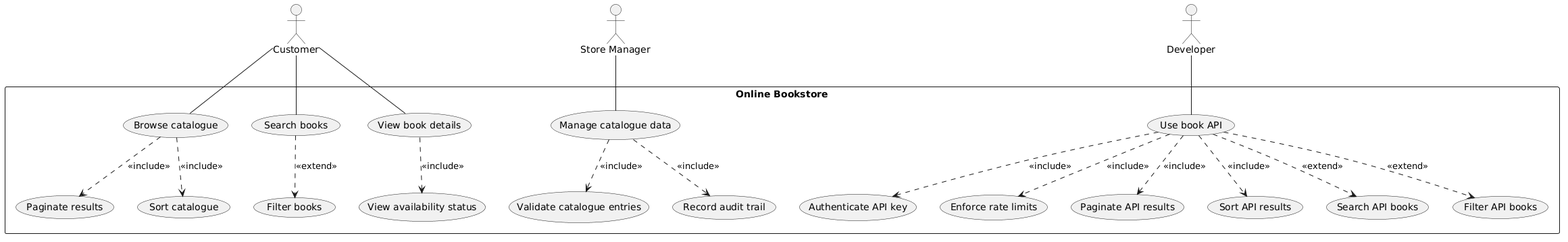
Ningxu24/dts114-software-component keeps this PlantUML diagram as Task1/docs/uml/use_case_diagram.png. Above is the earlier version.
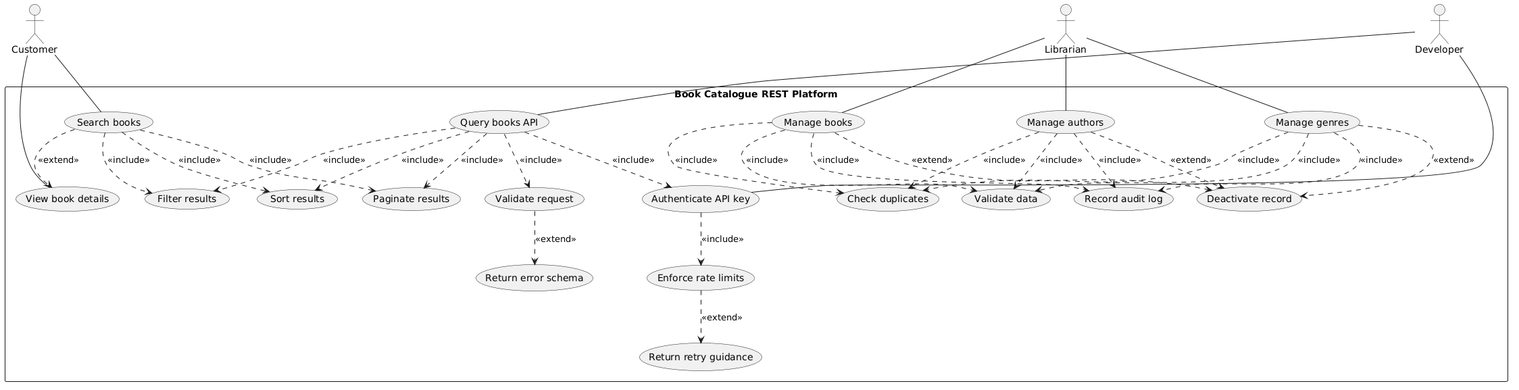
Above is the later version.

The edit, as a diff of the source:
```diff
@@ -1,52 +1,70 @@
 @startuml
 actor Customer
-actor "Store Manager" as StoreManager
 actor Developer
+actor Librarian
 
-rectangle "Online Bookstore" {
-  usecase "Browse catalogue" as BrowseCatalogue
+rectangle "Book Catalogue REST Platform" {
+  usecase "Search books" as SearchBooks
+  usecase "Filter results" as FilterResults
+  usecase "Sort results" as SortResults
   usecase "Paginate results" as PaginateResults
-  usecase "Sort catalogue" as SortCatalogue
+  usecase "View book details" as ViewBookDetails
 
-  usecase "Search books" as SearchBooks
-  usecase "Filter books" as FilterBooks
+  usecase "Query books API" as QueryBooksApi
+  usecase "Validate request" as ValidateRequest
+  usecase "Return error schema" as ReturnErrorSchema
 
-  usecase "View book details" as ViewBookDetails
-  usecase "View availability status" as ViewAvailabilityStatus
-
-  usecase "Manage catalogue data" as ManageCatalogueData
-  usecase "Validate catalogue entries" as ValidateCatalogueEntries
-  usecase "Record audit trail" as RecordAuditTrail
-
-  usecase "Use book API" as UseBookApi
   usecase "Authenticate API key" as AuthenticateApiKey
   usecase "Enforce rate limits" as EnforceRateLimits
-  usecase "Paginate API results" as PaginateApiResults
-  usecase "Sort API results" as SortApiResults
-  usecase "Search API books" as SearchApiBooks
-  usecase "Filter API books" as FilterApiBooks
+  usecase "Return retry guidance" as ReturnRetryGuidance
+
+  usecase "Manage books" as ManageBooks
+  usecase "Manage authors" as ManageAuthors
+  usecase "Manage genres" as ManageGenres
+  usecase "Check duplicates" as CheckDuplicates
+  usecase "Validate data" as ValidateData
+  usecase "Record audit log" as RecordAuditLog
+  usecase "Deactivate record" as DeactivateRecord
 }
 
-Customer -- BrowseCatalogue
 Customer -- SearchBooks
 Customer -- ViewBookDetails
 
-BrowseCatalogue ..> PaginateResults : <<include>>
-BrowseCatalogue ..> SortCatalogue : <<include>>
+Developer -- QueryBooksApi
+Developer -- AuthenticateApiKey
 
-SearchBooks ..> FilterBooks : <<extend>>
+Librarian -- ManageBooks
+Librarian -- ManageAuthors
+Librarian -- ManageGenres
 
-ViewBookDetails ..> ViewAvailabilityStatus : <<include>>
+SearchBooks ..> FilterResults : <<include>>
+SearchBooks ..> SortResults : <<include>>
+SearchBooks ..> PaginateResults : <<include>>
+SearchBooks ..> ViewBookDetails : <<extend>>
 
-StoreManager -- ManageCatalogueData
-ManageCatalogueData ..> ValidateCatalogueEntries : <<include>>
-ManageCatalogueData ..> RecordAuditTrail : <<include>>
+QueryBooksApi ..> FilterResults : <<include>>
+QueryBooksApi ..> SortResults : <<include>>
+QueryBooksApi ..> PaginateResults : <<include>>
+QueryBooksApi ..> ValidateRequest : <<include>>
+ValidateRequest ..> ReturnErrorSchema : <<extend>>
 
-Developer -- UseBookApi
-UseBookApi ..> AuthenticateApiKey : <<include>>
-UseBookApi ..> EnforceRateLimits : <<include>>
-UseBookApi ..> PaginateApiResults : <<include>>
-UseBookApi ..> SortApiResults : <<include>>
-UseBookApi ..> SearchApiBooks : <<extend>>
-UseBookApi ..> FilterApiBooks : <<extend>>
+QueryBooksApi ..> AuthenticateApiKey : <<include>>
+AuthenticateApiKey ..> EnforceRateLimits : <<include>>
+EnforceRateLimits ..> ReturnRetryGuidance : <<extend>>
+
+ManageBooks ..> ValidateData : <<include>>
+ManageAuthors ..> ValidateData : <<include>>
+ManageGenres ..> ValidateData : <<include>>
+
+ManageBooks ..> CheckDuplicates : <<include>>
+ManageAuthors ..> CheckDuplicates : <<include>>
+ManageGenres ..> CheckDuplicates : <<include>>
+
+ManageBooks ..> RecordAuditLog : <<include>>
+ManageAuthors ..> RecordAuditLog : <<include>>
+ManageGenres ..> RecordAuditLog : <<include>>
+
+ManageBooks ..> DeactivateRecord : <<extend>>
+ManageAuthors ..> DeactivateRecord : <<extend>>
+ManageGenres ..> DeactivateRecord : <<extend>>
 @enduml
```
